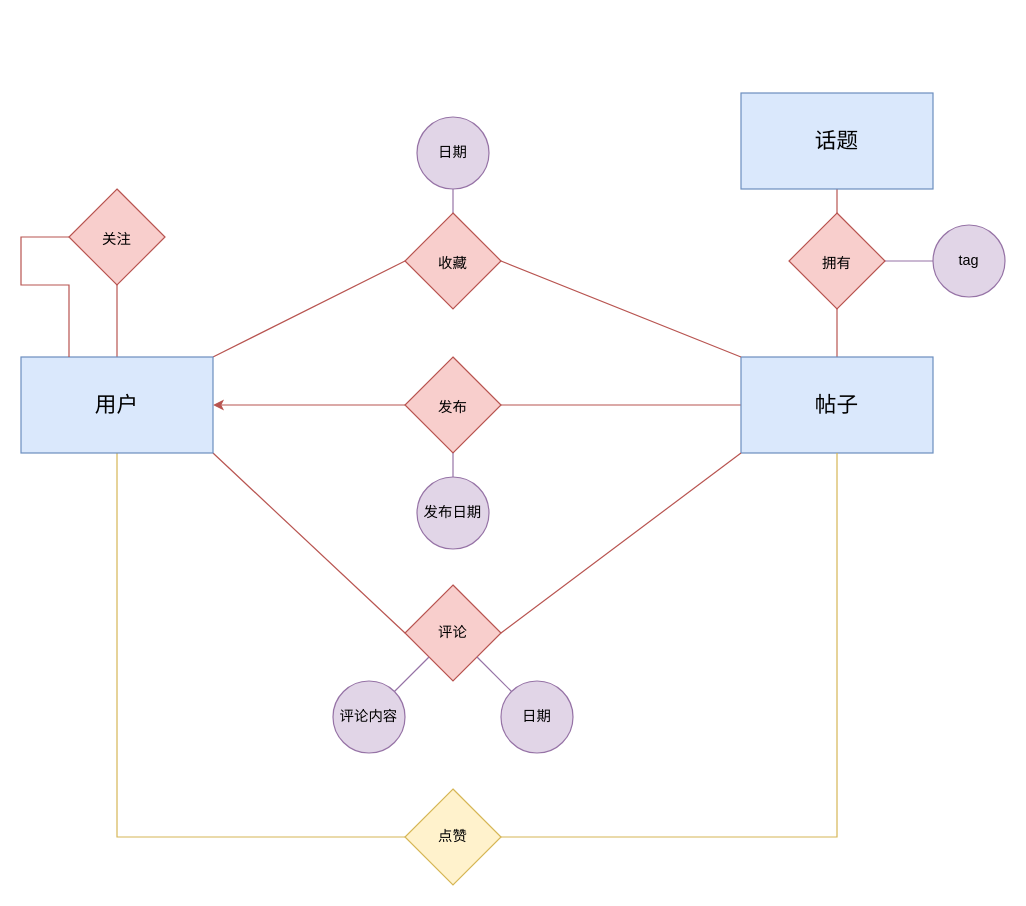
Earlier version of the draw.io diagram map/minihubER.drawio (msqtt/Sources). Source tidied: cells renumbered, new cells numbered last; positions are measured from the earlier drawing's top-left corner, leaving out a move shared by most shapes. Both pictures are drawn from the tidied source at 120%, with x=0, y=0 at pixel (20, 92).
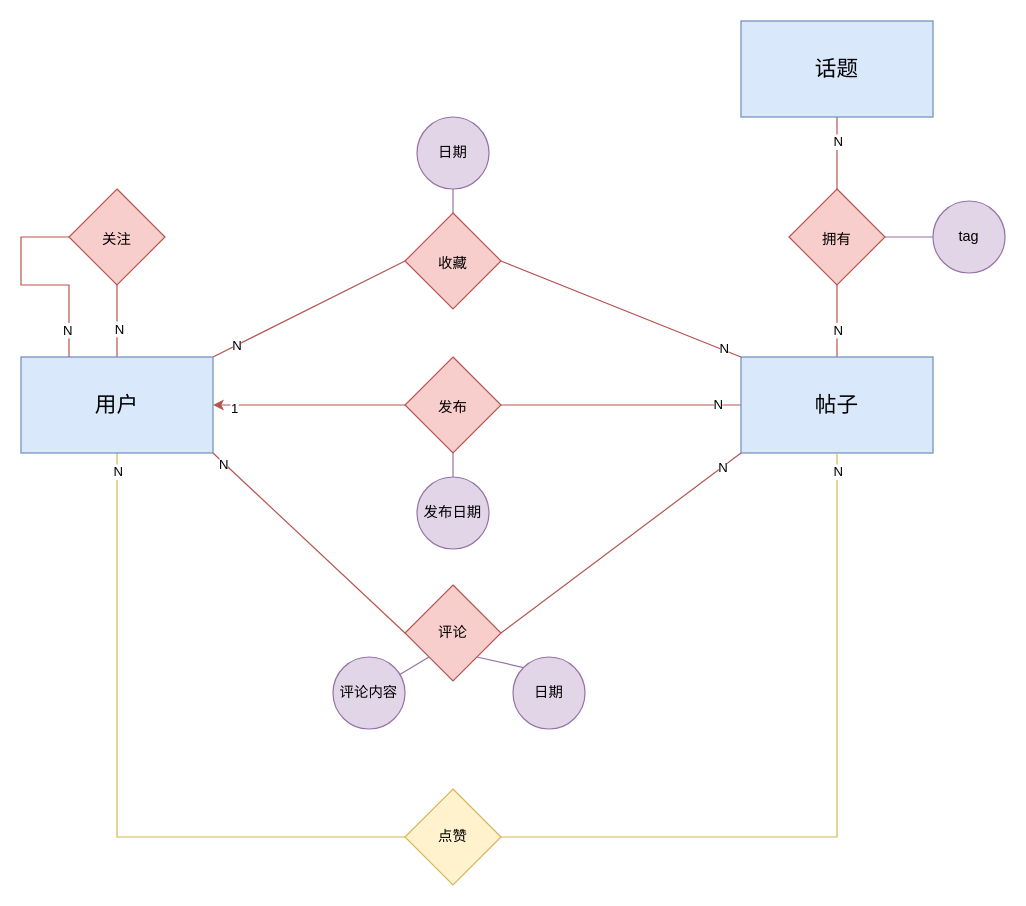
Above is the later version.

Unchanged cells that the change refers to:
```xml
<mxCell id="2" style="rounded=0;jettySize=auto;html=1;strokeColor=#b85450;fontColor=#143642;fillColor=#f8cecc;endArrow=none;endFill=0;entryX=0;entryY=0.5;entryDx=0;entryDy=0;strokeWidth=1;" parent="1" edge="1" source="18" target="13">
  <mxGeometry relative="1" as="geometry" />
</mxCell>
<mxCell id="3" style="edgeStyle=orthogonalEdgeStyle;rounded=0;jettySize=auto;html=1;strokeColor=#b85450;fontColor=#143642;fillColor=#f8cecc;entryX=1;entryY=0.5;entryDx=0;entryDy=0;strokeWidth=1;" parent="1" edge="1" source="18" target="10">
  <mxGeometry relative="1" as="geometry" />
</mxCell>
<mxCell id="6" style="rounded=0;jettySize=auto;html=1;entryX=0;entryY=0.5;entryDx=0;entryDy=0;strokeColor=#b85450;fontColor=#143642;fillColor=#f8cecc;exitX=1;exitY=1;exitDx=0;exitDy=0;endArrow=none;endFill=0;strokeWidth=1;" parent="1" edge="1" source="10" target="20">
  <mxGeometry relative="1" as="geometry" />
</mxCell>
<mxCell id="7" style="rounded=0;jettySize=auto;html=1;entryX=0;entryY=0.5;entryDx=0;entryDy=0;strokeColor=#d6b656;fontColor=#143642;fillColor=#fff2cc;exitX=0.5;exitY=1;exitDx=0;exitDy=0;edgeStyle=orthogonalEdgeStyle;endArrow=none;endFill=0;strokeWidth=1;" parent="1" edge="1" source="10" target="21">
  <mxGeometry relative="1" as="geometry" />
</mxCell>
<mxCell id="8" style="rounded=0;jettySize=auto;html=1;entryX=1;entryY=0;entryDx=0;entryDy=0;strokeColor=#b85450;fontColor=#143642;fillColor=#f8cecc;exitX=0;exitY=0.5;exitDx=0;exitDy=0;endArrow=none;endFill=0;strokeWidth=1;" parent="1" edge="1" source="23" target="10">
  <mxGeometry relative="1" as="geometry" />
</mxCell>
<mxCell id="9" style="edgeStyle=orthogonalEdgeStyle;rounded=0;jettySize=auto;html=1;entryX=0.5;entryY=1;entryDx=0;entryDy=0;strokeColor=#b85450;fontColor=#143642;fillColor=#f8cecc;endArrow=none;endFill=0;strokeWidth=1;" parent="1" edge="1" source="10" target="24">
  <mxGeometry relative="1" as="geometry" />
</mxCell>
<mxCell id="13" value="帖子" style="rounded=0;whiteSpace=wrap;html=1;strokeColor=#6c8ebf;fillColor=#dae8fc;fontSize=18;" parent="1" vertex="1">
  <mxGeometry x="600" y="220" width="160" height="80" as="geometry" />
</mxCell>
<mxCell id="14" style="rounded=0;jettySize=auto;html=1;entryX=0;entryY=1;entryDx=0;entryDy=0;strokeColor=#b85450;fontColor=#143642;fillColor=#f8cecc;exitX=1;exitY=0.5;exitDx=0;exitDy=0;strokeWidth=1;endArrow=none;endFill=0;" parent="1" edge="1" source="20" target="13">
  <mxGeometry relative="1" as="geometry" />
</mxCell>
<mxCell id="15" style="edgeStyle=orthogonalEdgeStyle;rounded=0;jettySize=auto;html=1;entryX=0.5;entryY=1;entryDx=0;entryDy=0;strokeColor=#d6b656;fontColor=#143642;fillColor=#fff2cc;endArrow=none;endFill=0;strokeWidth=1;" parent="1" edge="1" source="21" target="13">
  <mxGeometry relative="1" as="geometry" />
</mxCell>
<mxCell id="16" style="rounded=0;jettySize=auto;html=1;entryX=0;entryY=0;entryDx=0;entryDy=0;strokeColor=#b85450;fontColor=#143642;fillColor=#f8cecc;exitX=1;exitY=0.5;exitDx=0;exitDy=0;endArrow=none;endFill=0;strokeWidth=1;" parent="1" edge="1" source="23" target="13">
  <mxGeometry relative="1" as="geometry" />
</mxCell>
<mxCell id="17" style="edgeStyle=orthogonalEdgeStyle;rounded=0;jettySize=auto;html=1;entryX=0.25;entryY=0;entryDx=0;entryDy=0;strokeColor=#b85450;fontColor=#143642;fillColor=#f8cecc;exitX=0;exitY=0.5;exitDx=0;exitDy=0;endArrow=none;endFill=0;strokeWidth=1;" parent="1" edge="1" source="24" target="10">
  <mxGeometry relative="1" as="geometry">
    <Array as="points">
      <mxPoint y="120" />
      <mxPoint y="160" />
      <mxPoint x="40" y="160" />
    </Array>
  </mxGeometry>
</mxCell>
```

Diff of the diagram source:
```diff
@@
+    <mxCell id="33" value="N" style="edgeLabel;html=1;align=center;verticalAlign=middle;" parent="2" vertex="1">
+      <mxGeometry x="0.8" y="1" relative="1" as="geometry" />
+    </mxCell>
@@
+    <mxCell id="34" value="1" style="edgeLabel;html=1;align=center;verticalAlign=middle;" parent="3" vertex="1">
+      <mxGeometry x="0.79" y="2" relative="1" as="geometry" />
+    </mxCell>
     <mxCell id="4" style="edgeStyle=orthogonalEdgeStyle;rounded=0;jettySize=auto;html=1;strokeColor=#b85450;fontColor=#143642;fillColor=#f8cecc;exitX=0.5;exitY=0;exitDx=0;exitDy=0;endArrow=none;endFill=0;strokeWidth=1;" parent="1" edge="1" source="13" target="19">
-      <mxGeometry relative="1" as="geometry" />
+      <mxGeometry relative="1" as="geometry">
+        <Array as="points">
+          <mxPoint x="680" y="190" />
+          <mxPoint x="680" y="190" />
+        </Array>
+      </mxGeometry>
     </mxCell>
+    <mxCell id="35" value="N" style="edgeLabel;html=1;align=center;verticalAlign=middle;" parent="4" vertex="1">
+      <mxGeometry x="-0.22" relative="1" as="geometry" />
+    </mxCell>
     <mxCell id="5" style="edgeStyle=orthogonalEdgeStyle;rounded=0;jettySize=auto;html=1;strokeColor=#b85450;fontColor=#143642;fillColor=#f8cecc;entryX=0.5;entryY=1;entryDx=0;entryDy=0;endArrow=none;endFill=0;exitX=0.5;exitY=0;exitDx=0;exitDy=0;strokeWidth=1;" parent="1" edge="1" source="19" target="12">
-      <mxGeometry relative="1" as="geometry" />
+      <mxGeometry relative="1" as="geometry">
+        <Array as="points">
+          <mxPoint x="680" y="30" />
+          <mxPoint x="680" y="30" />
+        </Array>
+      </mxGeometry>
     </mxCell>
+    <mxCell id="36" value="N" style="edgeLabel;html=1;align=center;verticalAlign=middle;" parent="5" vertex="1">
+      <mxGeometry x="0.71" relative="1" as="geometry">
+        <mxPoint y="11" as="offset" />
+      </mxGeometry>
+    </mxCell>
@@
+    <mxCell id="37" value="N" style="edgeLabel;html=1;align=center;verticalAlign=middle;" parent="6" vertex="1">
+      <mxGeometry x="-0.88" y="-1" relative="1" as="geometry" />
+    </mxCell>
@@
+    <mxCell id="38" value="N" style="edgeLabel;html=1;align=center;verticalAlign=middle;" parent="7" vertex="1">
+      <mxGeometry x="-0.95" y="-2" relative="1" as="geometry">
+        <mxPoint x="2" y="1" as="offset" />
+      </mxGeometry>
+    </mxCell>
@@
+    <mxCell id="39" value="N" style="edgeLabel;html=1;align=center;verticalAlign=middle;" parent="8" vertex="1">
+      <mxGeometry x="0.75" relative="1" as="geometry" />
+    </mxCell>
@@
+    <mxCell id="40" value="N" style="edgeLabel;html=1;align=center;verticalAlign=middle;" parent="9" vertex="1">
+      <mxGeometry x="-0.21" y="-1" relative="1" as="geometry" />
+    </mxCell>
@@
     <mxCell id="12" value="话题" style="rounded=0;whiteSpace=wrap;html=1;strokeColor=#6c8ebf;fillColor=#dae8fc;fontSize=18;" parent="1" vertex="1">
-      <mxGeometry x="600" width="160" height="80" as="geometry" />
+      <mxGeometry x="600" y="-60" width="160" height="80" as="geometry" />
     </mxCell>
@@
+    <mxCell id="41" value="N" style="edgeLabel;html=1;align=center;verticalAlign=middle;" parent="14" vertex="1">
+      <mxGeometry x="0.85" relative="1" as="geometry" />
+    </mxCell>
@@
+    <mxCell id="42" value="N" style="edgeLabel;html=1;align=center;verticalAlign=middle;" parent="15" vertex="1">
+      <mxGeometry x="0.95" relative="1" as="geometry" />
+    </mxCell>
@@
+    <mxCell id="43" value="N" style="edgeLabel;html=1;align=center;verticalAlign=middle;" parent="16" vertex="1">
+      <mxGeometry x="0.85" y="1" relative="1" as="geometry" />
+    </mxCell>
@@
+    <mxCell id="44" value="N" style="edgeLabel;html=1;align=center;verticalAlign=middle;" parent="17" vertex="1">
+      <mxGeometry x="0.74" y="-2" relative="1" as="geometry" />
+    </mxCell>
@@
     <mxCell id="19" value="&lt;font style=&quot;font-size: 12px;&quot;&gt;拥有&lt;/font&gt;" style="rhombus;whiteSpace=wrap;html=1;fontSize=18;fillColor=#f8cecc;strokeColor=#b85450;labelBackgroundColor=none;" parent="1" vertex="1">
-      <mxGeometry x="640" y="100" width="80" height="80" as="geometry" />
+      <mxGeometry x="640" y="80" width="80" height="80" as="geometry" />
     </mxCell>
@@
     <mxCell id="25" value="tag" style="ellipse;whiteSpace=wrap;html=1;fillColor=#e1d5e7;strokeColor=#9673a6;rounded=0;" parent="1" vertex="1">
-      <mxGeometry x="760" y="110" width="60" height="60" as="geometry" />
+      <mxGeometry x="760" y="90" width="60" height="60" as="geometry" />
     </mxCell>
@@
     <mxCell id="28" value="评论内容" style="ellipse;whiteSpace=wrap;html=1;fillColor=#e1d5e7;strokeColor=#9673a6;rounded=0;" parent="1" vertex="1">
-      <mxGeometry x="260" y="490" width="60" height="60" as="geometry" />
+      <mxGeometry x="260" y="470" width="60" height="60" as="geometry" />
     </mxCell>
@@
     <mxCell id="32" value="日期" style="ellipse;whiteSpace=wrap;html=1;fillColor=#e1d5e7;strokeColor=#9673a6;rounded=0;" parent="1" vertex="1">
-      <mxGeometry x="400" y="490" width="60" height="60" as="geometry" />
+      <mxGeometry x="410" y="470" width="60" height="60" as="geometry" />
     </mxCell>
```
